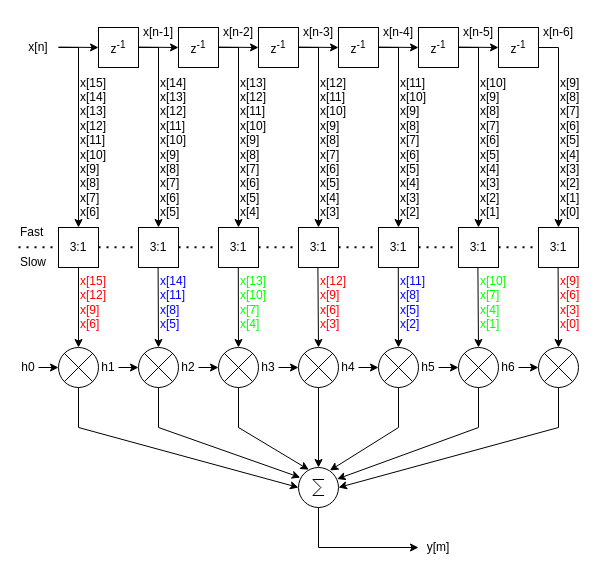
tomverbeure/tomverbeure.github.io keeps this draw.io diagram as page "delay_input_multiply_in_slow_domain_annotated" (4 of 7) of assets/polyphase/polyphase.drawio. Above is the earlier version. Source tidied: cells renumbered, new cells numbered last; positions are measured from the earlier drawing's top-left corner, leaving out a move shared by most shapes. Both pictures are drawn from the tidied source at 100%, with x=0, y=0 at pixel (18, 17).
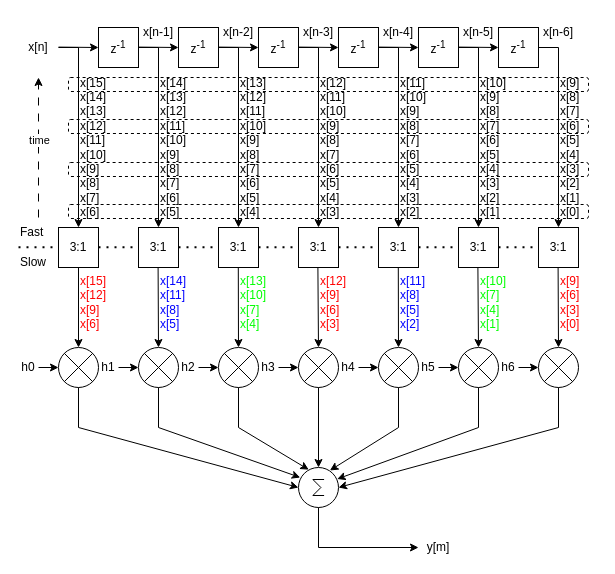
Above is the later version.

Diff of the diagram source:
```diff
@@
+    <mxCell id="90" style="rounded=1;whiteSpace=wrap;html=1;fillColor=none;dashed=1;" parent="1" vertex="1">
+      <mxGeometry x="50" y="60" width="520" height="14" as="geometry" />
+    </mxCell>
+    <mxCell id="91" style="rounded=1;whiteSpace=wrap;html=1;fillColor=none;dashed=1;" parent="1" vertex="1">
+      <mxGeometry x="50" y="102" width="520" height="14" as="geometry" />
+    </mxCell>
+    <mxCell id="92" style="rounded=1;whiteSpace=wrap;html=1;fillColor=none;dashed=1;" parent="1" vertex="1">
+      <mxGeometry x="50" y="145" width="520" height="14" as="geometry" />
+    </mxCell>
+    <mxCell id="93" style="rounded=1;whiteSpace=wrap;html=1;fillColor=none;dashed=1;" parent="1" vertex="1">
+      <mxGeometry x="50" y="187" width="520" height="14" as="geometry" />
+    </mxCell>
+    <mxCell id="94" style="endArrow=classic;html=1;rounded=0;dashed=1;dashPattern=8 8;" parent="1" edge="1">
+      <mxGeometry relative="1" as="geometry">
+        <mxPoint x="20" y="200" as="sourcePoint" />
+        <mxPoint x="20" y="60" as="targetPoint" />
+      </mxGeometry>
+    </mxCell>
+    <mxCell id="95" value="time" style="edgeLabel;html=1;align=center;verticalAlign=middle;" parent="94" vertex="1">
+      <mxGeometry x="0.12" relative="1" as="geometry" />
+    </mxCell>
```
